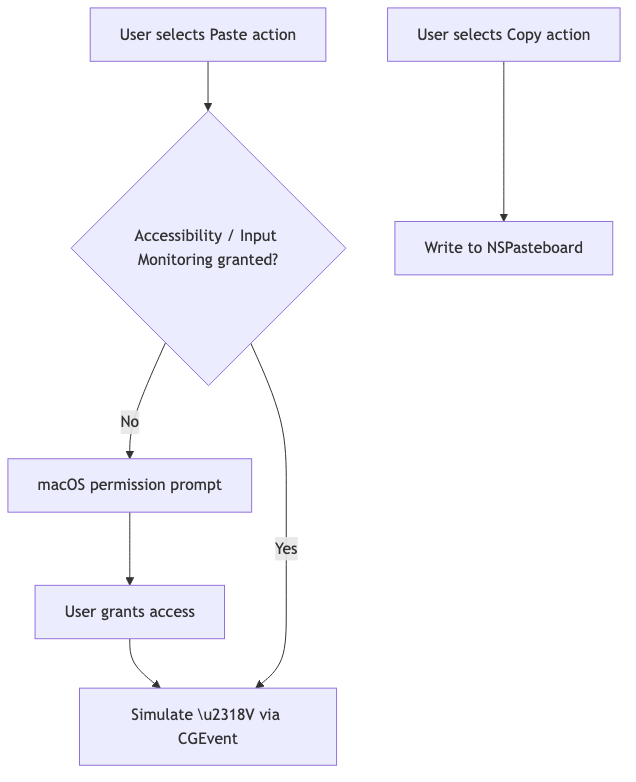
Before: docs/diagrams/exports/permissions-flow.png, a diagram exported from Mermaid (JonathanDumitru/Pault). Its source is kept beside it as docs/diagrams/permissions-flow.mmd. The source it was exported from:
```mermaid
flowchart TD
    PasteAction["User selects Paste action"] --> Check{"Accessibility / Input Monitoring granted?"}
    Check -- "No" --> Prompt["macOS permission prompt"]
    Prompt --> Grant["User grants access"]
    Grant --> Paste["Simulate \u2318V via CGEvent"]
    Check -- "Yes" --> Paste

    CopyAction["User selects Copy action"] --> Clipboard["Write to NSPasteboard"]
```
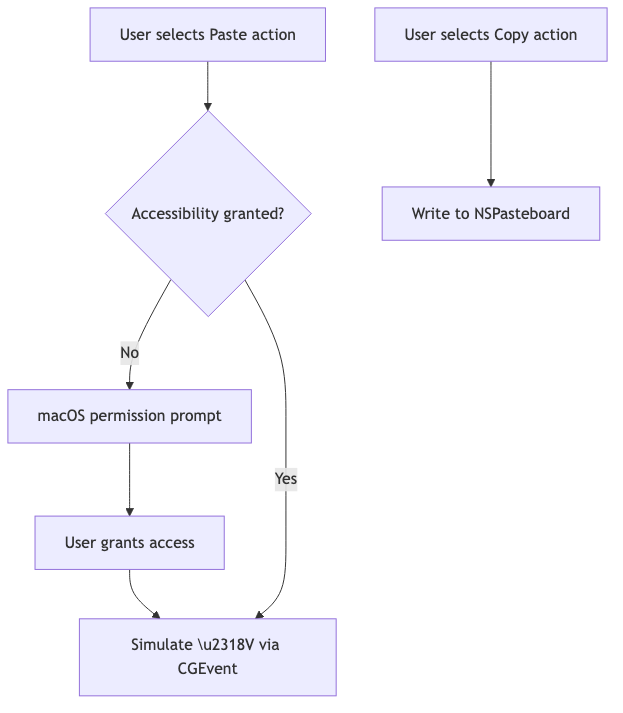
The same file after the commit.

The edit, as a diff of the source:
```diff
@@ -1,5 +1,5 @@
 flowchart TD
-    PasteAction["User selects Paste action"] --> Check{"Accessibility / Input Monitoring granted?"}
+    PasteAction["User selects Paste action"] --> Check{"Accessibility granted?"}
     Check -- "No" --> Prompt["macOS permission prompt"]
     Prompt --> Grant["User grants access"]
     Grant --> Paste["Simulate \u2318V via CGEvent"]
```
